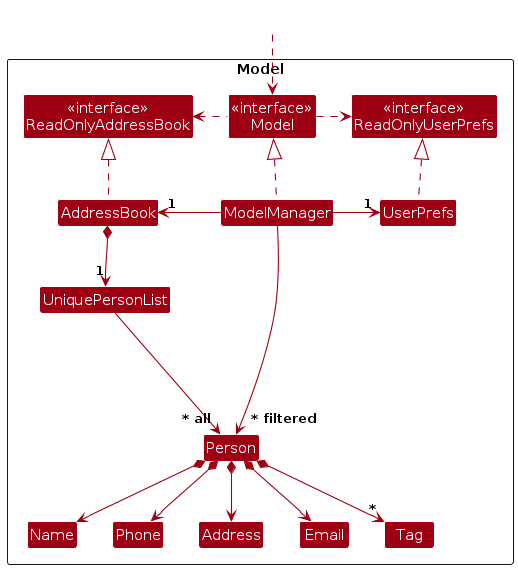
This is diagrams/ModelClassDiagram.png from AY2627S1-CS2103-F10-1/tp, a PlantUML export, as it was before one commit. Its source is kept beside it as diagrams/ModelClassDiagram.puml. Its diagram source:
```plantuml
@startuml
!include style.puml
skinparam arrowThickness 1.1
skinparam arrowColor MODEL_COLOR
skinparam classBackgroundColor MODEL_COLOR

Package Model as ModelPackage <<Rectangle>>{
Class "<<interface>>\nReadOnlyAddressBook" as ReadOnlyAddressBook
Class "<<interface>>\nReadOnlyUserPrefs" as ReadOnlyUserPrefs
Class "<<interface>>\nModel" as Model
Class AddressBook
Class ModelManager
Class UserPrefs

Class UniquePersonList
Class Person
Class Address
Class Email
Class Name
Class Phone
Class Tag

Class I #FFFFFF
}

Class HiddenOutside #FFFFFF
HiddenOutside ..> Model

AddressBook .up.|> ReadOnlyAddressBook

ModelManager .up.|> Model
Model .right.> ReadOnlyUserPrefs
Model .left.> ReadOnlyAddressBook
ModelManager -left-> "1" AddressBook
ModelManager -right-> "1" UserPrefs
UserPrefs .up.|> ReadOnlyUserPrefs

AddressBook *--> "1" UniquePersonList
UniquePersonList --> "~* all" Person
Person *--> Name
Person *--> Phone
Person *--> Email
Person *--> Address
Person *--> "*" Tag

Person -[hidden]up--> I
UniquePersonList -[hidden]right-> I

Name -[hidden]right-> Phone
Phone -[hidden]right-> Address
Address -[hidden]right-> Email

ModelManager --> "~* filtered" Person
@enduml
```
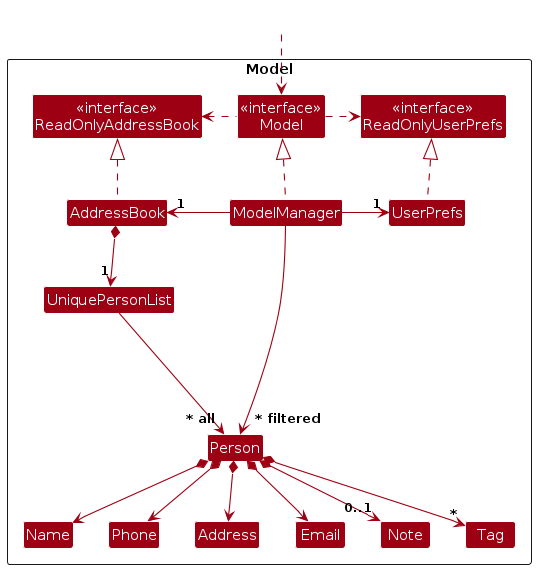
Above is the later version.

What changed in the source:
```diff
@@ -18,6 +18,7 @@
 Class Email
 Class Name
 Class Phone
+Class Note
 Class Tag
 
 Class I #FFFFFF
@@ -41,6 +42,7 @@
 Person *--> Phone
 Person *--> Email
 Person *--> Address
+Person *--> "0..1" Note
 Person *--> "*" Tag
 
 Person -[hidden]up--> I
@@ -49,6 +51,7 @@
 Name -[hidden]right-> Phone
 Phone -[hidden]right-> Address
 Address -[hidden]right-> Email
+Email -[hidden]right-> Note
 
 ModelManager --> "~* filtered" Person
 @enduml
```
